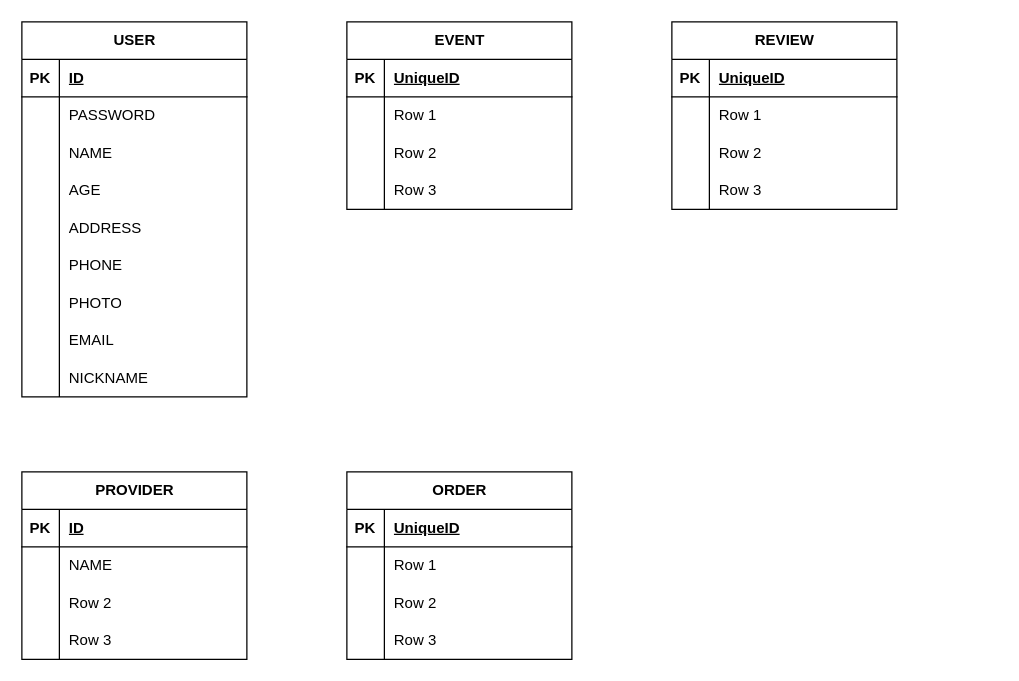
Above: EventLinkERD.drawio in leeheeweon/EventLink (draw.io), before the change. Source tidied: cells renumbered, new cells numbered last; positions are measured from the earlier drawing's top-left corner, leaving out a move shared by most shapes. Both pictures are drawn from the tidied source at 125%, with x=0, y=0 at pixel (21, 21).
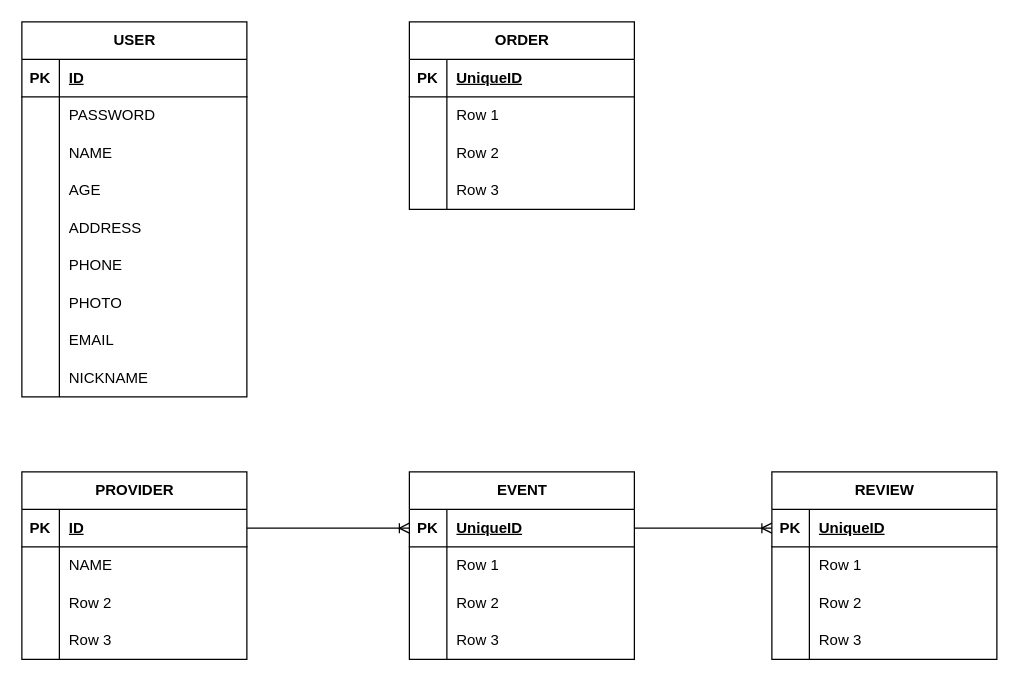
The same diagram, later.

The change refers to these unchanged cells:
```xml
<mxCell id="31" style="shape=tableRow;horizontal=0;startSize=0;swimlaneHead=0;swimlaneBody=0;fillColor=none;points=[[0,0.5],[1,0.5]];portConstraint=eastwest;top=0;left=0;right=0;bottom=1;" parent="30" vertex="1">
  <mxGeometry y="30" width="180" height="30" as="geometry" />
</mxCell>
<mxCell id="44" style="shape=tableRow;horizontal=0;startSize=0;swimlaneHead=0;swimlaneBody=0;fillColor=none;points=[[0,0.5],[1,0.5]];portConstraint=eastwest;top=0;left=0;right=0;bottom=1;" parent="43" vertex="1">
  <mxGeometry y="30" width="180" height="30" as="geometry" />
</mxCell>
<mxCell id="70" style="shape=tableRow;horizontal=0;startSize=0;swimlaneHead=0;swimlaneBody=0;fillColor=none;points=[[0,0.5],[1,0.5]];portConstraint=eastwest;top=0;left=0;right=0;bottom=1;" parent="69" vertex="1">
  <mxGeometry y="30" width="180" height="30" as="geometry" />
</mxCell>
```

What changed in the source:
```diff
@@
     <mxCell id="30" value="EVENT" style="shape=table;startSize=30;childLayout=tableLayout;rowLines=0;fontStyle=1;align=center;html=1;" parent="1" vertex="1">
-      <mxGeometry x="260" width="180" height="150" as="geometry" />
+      <mxGeometry x="310" y="360" width="180" height="150" as="geometry" />
     </mxCell>
@@
     <mxCell id="56" value="ORDER" style="shape=table;startSize=30;childLayout=tableLayout;rowLines=0;fontStyle=1;align=center;html=1;" parent="1" vertex="1">
-      <mxGeometry x="260" y="360" width="180" height="150" as="geometry" />
+      <mxGeometry x="310" width="180" height="150" as="geometry" />
     </mxCell>
@@
     <mxCell id="69" value="REVIEW" style="shape=table;startSize=30;childLayout=tableLayout;rowLines=0;fontStyle=1;align=center;html=1;" parent="1" vertex="1">
-      <mxGeometry x="520" width="180" height="150" as="geometry" />
+      <mxGeometry x="600" y="360" width="180" height="150" as="geometry" />
     </mxCell>
@@
+    <mxCell id="82" style="edgeStyle=entityRelationEdgeStyle;fontSize=12;html=1;endArrow=ERoneToMany;rounded=0;exitX=1;exitY=0.5;exitDx=0;exitDy=0;entryX=0;entryY=0.5;entryDx=0;entryDy=0;" parent="1" edge="1" source="44" target="31">
+      <mxGeometry relative="1" as="geometry" />
+    </mxCell>
+    <mxCell id="83" style="edgeStyle=entityRelationEdgeStyle;fontSize=12;html=1;endArrow=ERoneToMany;rounded=0;exitX=1;exitY=0.5;exitDx=0;exitDy=0;entryX=0;entryY=0.5;entryDx=0;entryDy=0;" parent="1" edge="1" source="31" target="70">
+      <mxGeometry relative="1" as="geometry" />
+    </mxCell>
```
